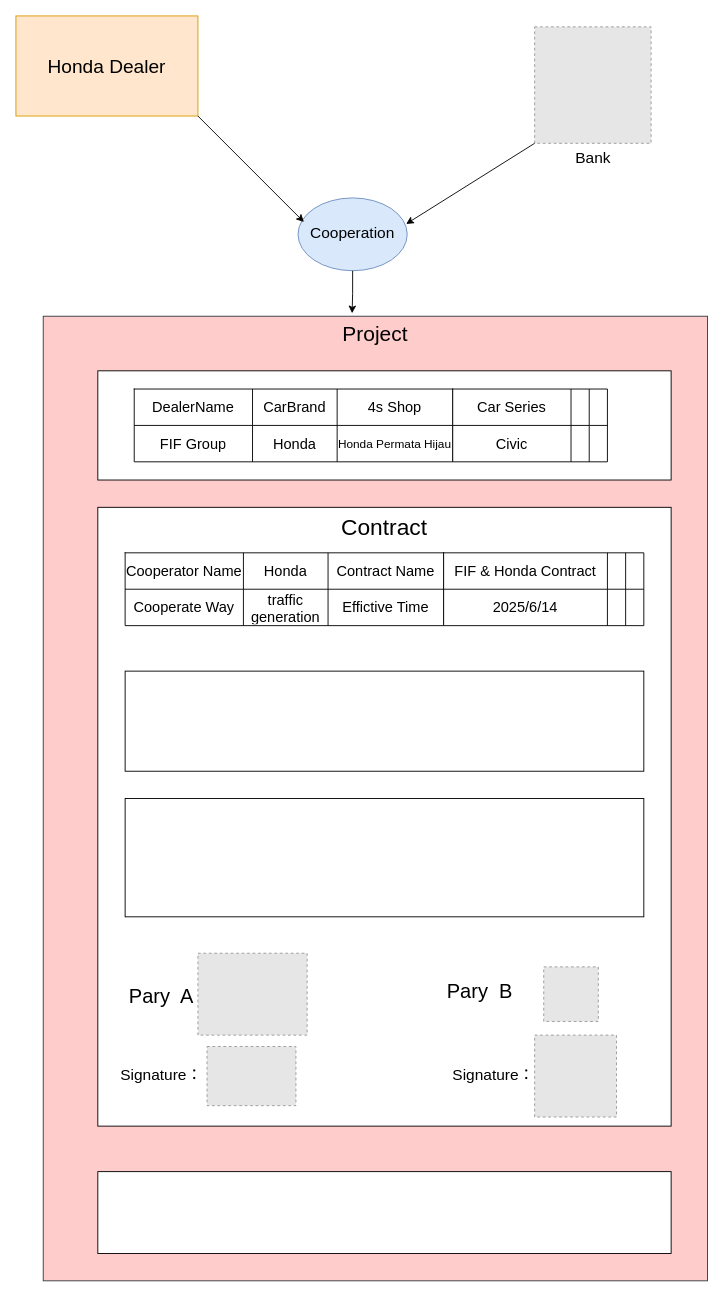
paidaxingz/draw.io keeps this draw.io diagram as 合作项目.drawio. Above is the earlier version. Source tidied: cells renumbered, new cells numbered last; positions are measured from the earlier drawing's top-left corner, leaving out a move shared by most shapes. Both pictures are drawn from the tidied source at 91%, with x=0, y=0 at pixel (15, 15). Pictures stored in the file or linked from it are replaced by grey dashed boxes.
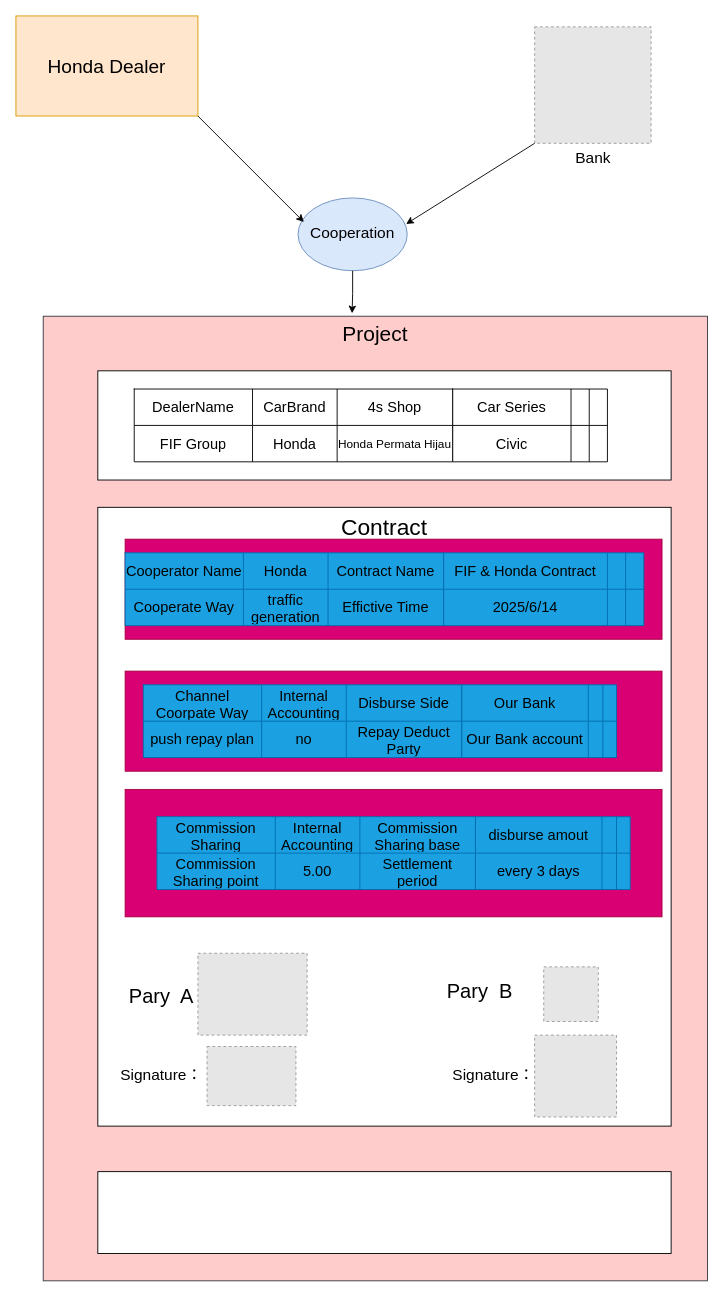
After the change.

Commit message (it also covers changes not shown here):
更新合作项目.drawio

What changed in the source:
```diff
@@
-    <mxCell id="30" style="rounded=0;whiteSpace=wrap;html=1;" parent="1" vertex="1">
-      <mxGeometry x="120" y="720" width="570" height="110" as="geometry" />
+    <mxCell id="30" style="rounded=0;whiteSpace=wrap;html=1;fillColor=#d80073;fontColor=#ffffff;strokeColor=#A50040;" parent="1" vertex="1">
+      <mxGeometry x="120" y="720" width="590" height="110" as="geometry" />
     </mxCell>
-    <mxCell id="31" style="rounded=0;whiteSpace=wrap;html=1;" parent="1" vertex="1">
-      <mxGeometry x="120" y="860" width="570" height="130" as="geometry" />
-    </mxCell>
@@
+    <mxCell id="58" style="rounded=0;whiteSpace=wrap;html=1;fillColor=#d80073;fontColor=#ffffff;strokeColor=#A50040;" parent="1" vertex="1">
+      <mxGeometry x="120" y="575" width="590" height="110" as="geometry" />
+    </mxCell>
-    <mxCell id="40" style="shape=table;startSize=0;childLayout=tableLayout;fontSize=16;" parent="1" vertex="1">
+    <mxCell id="40" style="shape=table;startSize=0;childLayout=tableLayout;fontSize=16;fillColor=#1ba1e2;fontColor=#ffffff;strokeColor=#006EAF;" parent="1" vertex="1">
       <mxGeometry x="120" y="590" width="350" height="80" as="geometry" />
     </mxCell>
@@
-    <mxCell id="49" style="shape=table;startSize=0;childLayout=tableLayout;fontSize=16;" parent="1" vertex="1">
+    <mxCell id="49" style="shape=table;startSize=0;childLayout=tableLayout;fontSize=16;fillColor=#1ba1e2;fontColor=#ffffff;strokeColor=#006EAF;" parent="1" vertex="1">
       <mxGeometry x="470" y="590" width="220" height="80" as="geometry" />
     </mxCell>
@@
+    <mxCell id="59" style="shape=table;startSize=0;childLayout=tableLayout;fontSize=16;fillColor=#1ba1e2;fontColor=#ffffff;strokeColor=#006EAF;" parent="1" vertex="1">
+      <mxGeometry x="140" y="735" width="350" height="80" as="geometry" />
+    </mxCell>
+    <mxCell id="60" style="shape=tableRow;horizontal=0;startSize=0;swimlaneHead=0;swimlaneBody=0;strokeColor=inherit;top=0;left=0;bottom=0;right=0;fillColor=none;fontSize=16;" parent="59" vertex="1">
+      <mxGeometry width="350" height="40" as="geometry" />
+    </mxCell>
+    <mxCell id="61" value="Channel Coorpate Way" style="shape=partialRectangle;html=1;whiteSpace=wrap;strokeColor=inherit;overflow=hidden;fillColor=none;top=0;left=0;bottom=0;right=0;fontSize=16;" parent="60" vertex="1">
+      <mxGeometry width="130" height="40" as="geometry" />
+    </mxCell>
+    <mxCell id="62" value="Internal Accounting" style="shape=partialRectangle;html=1;whiteSpace=wrap;strokeColor=inherit;overflow=hidden;fillColor=none;top=0;left=0;bottom=0;right=0;fontSize=16;" parent="60" vertex="1">
+      <mxGeometry x="130" width="93" height="40" as="geometry" />
+    </mxCell>
+    <mxCell id="63" value="Disburse Side" style="shape=partialRectangle;html=1;whiteSpace=wrap;strokeColor=inherit;overflow=hidden;fillColor=none;top=0;left=0;bottom=0;right=0;fontSize=16;" parent="60" vertex="1">
+      <mxGeometry x="223" width="127" height="40" as="geometry" />
+    </mxCell>
+    <mxCell id="64" style="shape=tableRow;horizontal=0;startSize=0;swimlaneHead=0;swimlaneBody=0;strokeColor=inherit;top=0;left=0;bottom=0;right=0;fillColor=none;fontSize=16;" parent="59" vertex="1">
+      <mxGeometry y="40" width="350" height="40" as="geometry" />
+    </mxCell>
+    <mxCell id="65" value="push repay plan" style="shape=partialRectangle;html=1;whiteSpace=wrap;strokeColor=inherit;overflow=hidden;fillColor=none;top=0;left=0;bottom=0;right=0;fontSize=16;" parent="64" vertex="1">
+      <mxGeometry width="130" height="40" as="geometry" />
+    </mxCell>
+    <mxCell id="66" value="no" style="shape=partialRectangle;html=1;whiteSpace=wrap;strokeColor=inherit;overflow=hidden;fillColor=none;top=0;left=0;bottom=0;right=0;fontSize=16;" parent="64" vertex="1">
+      <mxGeometry x="130" width="93" height="40" as="geometry" />
+    </mxCell>
+    <mxCell id="67" value="&lt;font style=&quot;font-size: 16px;&quot;&gt;Repay Deduct Party&lt;/font&gt;" style="shape=partialRectangle;html=1;whiteSpace=wrap;strokeColor=inherit;overflow=hidden;fillColor=none;top=0;left=0;bottom=0;right=0;fontSize=13;" parent="64" vertex="1">
+      <mxGeometry x="223" width="127" height="40" as="geometry" />
+    </mxCell>
+    <mxCell id="68" style="shape=table;startSize=0;childLayout=tableLayout;fontSize=16;fillColor=#1ba1e2;fontColor=#ffffff;strokeColor=#006EAF;" parent="1" vertex="1">
+      <mxGeometry x="490" y="735" width="170" height="80" as="geometry" />
+    </mxCell>
+    <mxCell id="69" style="shape=tableRow;horizontal=0;startSize=0;swimlaneHead=0;swimlaneBody=0;strokeColor=inherit;top=0;left=0;bottom=0;right=0;fillColor=none;fontSize=16;" parent="68" vertex="1">
+      <mxGeometry width="170" height="40" as="geometry" />
+    </mxCell>
+    <mxCell id="70" value="Our Bank" style="shape=partialRectangle;html=1;whiteSpace=wrap;strokeColor=inherit;overflow=hidden;fillColor=none;top=0;left=0;bottom=0;right=0;fontSize=16;" parent="69" vertex="1">
+      <mxGeometry width="139" height="40" as="geometry" />
+    </mxCell>
+    <mxCell id="71" style="shape=partialRectangle;html=1;whiteSpace=wrap;strokeColor=inherit;overflow=hidden;fillColor=none;top=0;left=0;bottom=0;right=0;fontSize=16;" parent="69" vertex="1">
+      <mxGeometry x="139" width="16" height="40" as="geometry" />
+    </mxCell>
+    <mxCell id="72" style="shape=partialRectangle;html=1;whiteSpace=wrap;strokeColor=inherit;overflow=hidden;fillColor=none;top=0;left=0;bottom=0;right=0;fontSize=16;" parent="69" vertex="1">
+      <mxGeometry x="155" width="15" height="40" as="geometry" />
+    </mxCell>
+    <mxCell id="73" style="shape=tableRow;horizontal=0;startSize=0;swimlaneHead=0;swimlaneBody=0;strokeColor=inherit;top=0;left=0;bottom=0;right=0;fillColor=none;fontSize=16;" parent="68" vertex="1">
+      <mxGeometry y="40" width="170" height="40" as="geometry" />
+    </mxCell>
+    <mxCell id="74" value="Our Bank account" style="shape=partialRectangle;html=1;whiteSpace=wrap;strokeColor=inherit;overflow=hidden;fillColor=none;top=0;left=0;bottom=0;right=0;fontSize=16;" parent="73" vertex="1">
+      <mxGeometry width="139" height="40" as="geometry" />
+    </mxCell>
+    <mxCell id="75" style="shape=partialRectangle;html=1;whiteSpace=wrap;strokeColor=inherit;overflow=hidden;fillColor=none;top=0;left=0;bottom=0;right=0;fontSize=16;" parent="73" vertex="1">
+      <mxGeometry x="139" width="16" height="40" as="geometry" />
+    </mxCell>
+    <mxCell id="76" style="shape=partialRectangle;html=1;whiteSpace=wrap;strokeColor=inherit;overflow=hidden;fillColor=none;top=0;left=0;bottom=0;right=0;fontSize=13;" parent="73" vertex="1">
+      <mxGeometry x="155" width="15" height="40" as="geometry" />
+    </mxCell>
+    <mxCell id="77" style="rounded=0;whiteSpace=wrap;html=1;fillColor=#d80073;fontColor=#ffffff;strokeColor=#A50040;" parent="1" vertex="1">
+      <mxGeometry x="120" y="850" width="590" height="140" as="geometry" />
+    </mxCell>
+    <mxCell id="78" style="shape=table;startSize=0;childLayout=tableLayout;fontSize=16;fillColor=#1ba1e2;fontColor=#ffffff;strokeColor=#006EAF;" parent="1" vertex="1">
+      <mxGeometry x="155" y="880" width="350" height="80" as="geometry" />
+    </mxCell>
+    <mxCell id="79" style="shape=tableRow;horizontal=0;startSize=0;swimlaneHead=0;swimlaneBody=0;strokeColor=inherit;top=0;left=0;bottom=0;right=0;fillColor=none;fontSize=16;" parent="78" vertex="1">
+      <mxGeometry width="350" height="40" as="geometry" />
+    </mxCell>
+    <mxCell id="80" value="Commission Sharing" style="shape=partialRectangle;html=1;whiteSpace=wrap;strokeColor=inherit;overflow=hidden;fillColor=none;top=0;left=0;bottom=0;right=0;fontSize=16;" parent="79" vertex="1">
+      <mxGeometry width="130" height="40" as="geometry" />
+    </mxCell>
+    <mxCell id="81" value="Internal Accounting" style="shape=partialRectangle;html=1;whiteSpace=wrap;strokeColor=inherit;overflow=hidden;fillColor=none;top=0;left=0;bottom=0;right=0;fontSize=16;" parent="79" vertex="1">
+      <mxGeometry x="130" width="93" height="40" as="geometry" />
+    </mxCell>
+    <mxCell id="82" value="Commission Sharing base" style="shape=partialRectangle;html=1;whiteSpace=wrap;strokeColor=inherit;overflow=hidden;fillColor=none;top=0;left=0;bottom=0;right=0;fontSize=16;" parent="79" vertex="1">
+      <mxGeometry x="223" width="127" height="40" as="geometry" />
+    </mxCell>
+    <mxCell id="83" style="shape=tableRow;horizontal=0;startSize=0;swimlaneHead=0;swimlaneBody=0;strokeColor=inherit;top=0;left=0;bottom=0;right=0;fillColor=none;fontSize=16;" parent="78" vertex="1">
+      <mxGeometry y="40" width="350" height="40" as="geometry" />
+    </mxCell>
+    <mxCell id="84" value="Commission Sharing point" style="shape=partialRectangle;html=1;whiteSpace=wrap;strokeColor=inherit;overflow=hidden;fillColor=none;top=0;left=0;bottom=0;right=0;fontSize=16;" parent="83" vertex="1">
+      <mxGeometry width="130" height="40" as="geometry" />
+    </mxCell>
+    <mxCell id="85" value="5.00" style="shape=partialRectangle;html=1;whiteSpace=wrap;strokeColor=inherit;overflow=hidden;fillColor=none;top=0;left=0;bottom=0;right=0;fontSize=16;" parent="83" vertex="1">
+      <mxGeometry x="130" width="93" height="40" as="geometry" />
+    </mxCell>
+    <mxCell id="86" value="&lt;font style=&quot;font-size: 16px;&quot;&gt;Settlement period&lt;/font&gt;" style="shape=partialRectangle;html=1;whiteSpace=wrap;strokeColor=inherit;overflow=hidden;fillColor=none;top=0;left=0;bottom=0;right=0;fontSize=13;" parent="83" vertex="1">
+      <mxGeometry x="223" width="127" height="40" as="geometry" />
+    </mxCell>
+    <mxCell id="87" style="shape=table;startSize=0;childLayout=tableLayout;fontSize=16;fillColor=#1ba1e2;fontColor=#ffffff;strokeColor=#006EAF;" parent="1" vertex="1">
+      <mxGeometry x="505" y="880" width="170" height="80" as="geometry" />
+    </mxCell>
+    <mxCell id="88" style="shape=tableRow;horizontal=0;startSize=0;swimlaneHead=0;swimlaneBody=0;strokeColor=inherit;top=0;left=0;bottom=0;right=0;fillColor=none;fontSize=16;" parent="87" vertex="1">
+      <mxGeometry width="170" height="40" as="geometry" />
+    </mxCell>
+    <mxCell id="89" value="disburse amout" style="shape=partialRectangle;html=1;whiteSpace=wrap;strokeColor=inherit;overflow=hidden;fillColor=none;top=0;left=0;bottom=0;right=0;fontSize=16;" parent="88" vertex="1">
+      <mxGeometry width="139" height="40" as="geometry" />
+    </mxCell>
+    <mxCell id="90" style="shape=partialRectangle;html=1;whiteSpace=wrap;strokeColor=inherit;overflow=hidden;fillColor=none;top=0;left=0;bottom=0;right=0;fontSize=16;" parent="88" vertex="1">
+      <mxGeometry x="139" width="16" height="40" as="geometry" />
+    </mxCell>
+    <mxCell id="91" style="shape=partialRectangle;html=1;whiteSpace=wrap;strokeColor=inherit;overflow=hidden;fillColor=none;top=0;left=0;bottom=0;right=0;fontSize=16;" parent="88" vertex="1">
+      <mxGeometry x="155" width="15" height="40" as="geometry" />
+    </mxCell>
+    <mxCell id="92" style="shape=tableRow;horizontal=0;startSize=0;swimlaneHead=0;swimlaneBody=0;strokeColor=inherit;top=0;left=0;bottom=0;right=0;fillColor=none;fontSize=16;" parent="87" vertex="1">
+      <mxGeometry y="40" width="170" height="40" as="geometry" />
+    </mxCell>
+    <mxCell id="93" value="every 3 days" style="shape=partialRectangle;html=1;whiteSpace=wrap;strokeColor=inherit;overflow=hidden;fillColor=none;top=0;left=0;bottom=0;right=0;fontSize=16;" parent="92" vertex="1">
+      <mxGeometry width="139" height="40" as="geometry" />
+    </mxCell>
+    <mxCell id="94" style="shape=partialRectangle;html=1;whiteSpace=wrap;strokeColor=inherit;overflow=hidden;fillColor=none;top=0;left=0;bottom=0;right=0;fontSize=16;" parent="92" vertex="1">
+      <mxGeometry x="139" width="16" height="40" as="geometry" />
+    </mxCell>
+    <mxCell id="95" style="shape=partialRectangle;html=1;whiteSpace=wrap;strokeColor=inherit;overflow=hidden;fillColor=none;top=0;left=0;bottom=0;right=0;fontSize=13;" parent="92" vertex="1">
+      <mxGeometry x="155" width="15" height="40" as="geometry" />
+    </mxCell>
```
